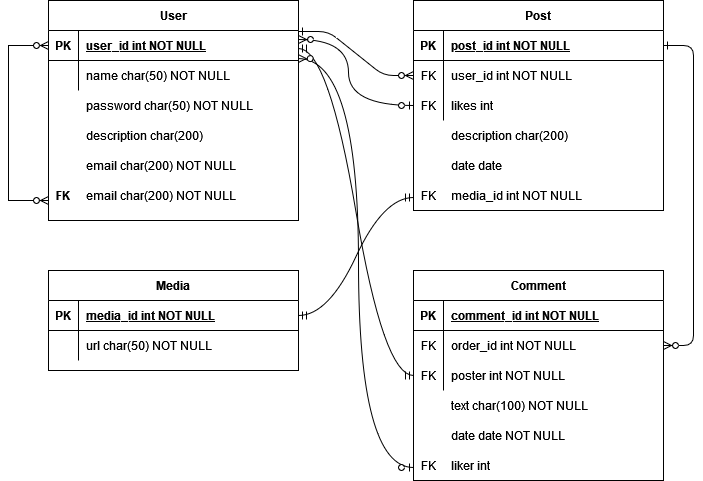
Above: report/diagrams/ERD.drawio.png in Raphade/petstagram (draw.io), before the change. Source tidied: cells renumbered, new cells last; positions are measured from the earlier drawing's top-left corner, leaving out a move shared by most shapes.
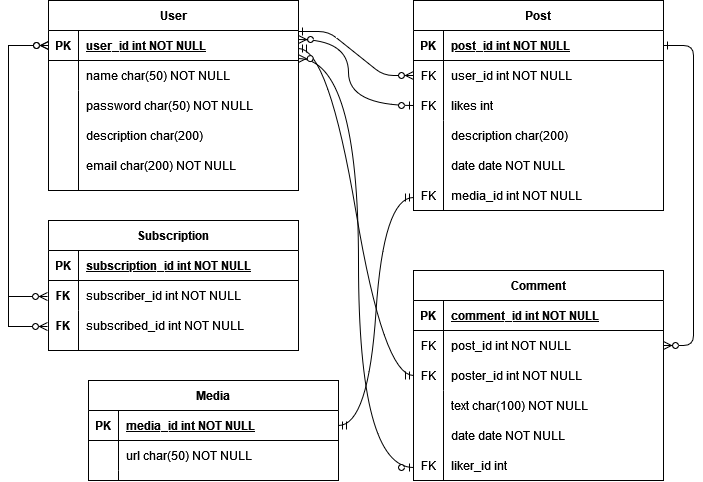
Above is the later version.

Change to the diagram source:
```diff
@@ -58,7 +58,7 @@
     <mxCell id="19" value="FK" style="shape=partialRectangle;overflow=hidden;fillColor=none;top=0;left=0;bottom=0;right=0;" parent="18" vertex="1">
       <mxGeometry width="30" height="30" as="geometry" />
     </mxCell>
-    <mxCell id="20" value="order_id int NOT NULL" style="shape=partialRectangle;overflow=hidden;fillColor=none;top=0;left=0;bottom=0;right=0;align=left;spacingLeft=6;" parent="18" vertex="1">
+    <mxCell id="20" value="post_id int NOT NULL" style="shape=partialRectangle;overflow=hidden;fillColor=none;top=0;left=0;bottom=0;right=0;align=left;spacingLeft=6;" parent="18" vertex="1">
       <mxGeometry x="30" width="220" height="30" as="geometry" />
     </mxCell>
     <mxCell id="21" style="shape=partialRectangle;fillColor=none;top=0;left=0;right=0;bottom=0;" parent="14" vertex="1">
@@ -67,11 +67,11 @@
     <mxCell id="22" style="shape=partialRectangle;overflow=hidden;fillColor=none;top=0;left=0;bottom=0;right=0;" parent="21" vertex="1">
       <mxGeometry width="30" height="30" as="geometry" />
     </mxCell>
-    <mxCell id="23" value="poster int NOT NULL" style="shape=partialRectangle;overflow=hidden;fillColor=none;top=0;left=0;bottom=0;right=0;align=left;spacingLeft=6;" parent="21" vertex="1">
+    <mxCell id="23" value="poster_id int NOT NULL" style="shape=partialRectangle;overflow=hidden;fillColor=none;top=0;left=0;bottom=0;right=0;align=left;spacingLeft=6;" parent="21" vertex="1">
       <mxGeometry x="30" width="220" height="30" as="geometry" />
     </mxCell>
     <mxCell id="24" value="User" style="shape=table;startSize=30;rowLines=0;fontStyle=1;align=center;" parent="1" vertex="1">
-      <mxGeometry x="40" width="250" height="220" as="geometry" />
+      <mxGeometry x="40" width="250" height="190" as="geometry" />
     </mxCell>
     <mxCell id="25" style="shape=partialRectangle;fillColor=none;points=[[0,0.5],[1,0.5]];portConstraint=eastwest;top=0;left=0;right=0;bottom=1;" parent="24" vertex="1">
       <mxGeometry y="30" width="250" height="30" as="geometry" />
@@ -92,7 +92,7 @@
       <mxGeometry x="30" width="220" height="30" as="geometry" />
     </mxCell>
     <mxCell id="31" value="Media" style="shape=table;startSize=30;rowLines=0;fontStyle=1;align=center;" parent="1" vertex="1">
-      <mxGeometry x="40" y="270" width="250" height="100" as="geometry" />
+      <mxGeometry x="80" y="380" width="250" height="100" as="geometry" />
     </mxCell>
     <mxCell id="32" style="shape=partialRectangle;fillColor=none;points=[[0,0.5],[1,0.5]];portConstraint=eastwest;top=0;left=0;right=0;bottom=1;" parent="31" vertex="1">
       <mxGeometry y="30" width="250" height="30" as="geometry" />
@@ -121,16 +121,11 @@
     <mxCell id="40" value="email char(200) NOT NULL" style="shape=partialRectangle;overflow=hidden;fillColor=none;top=0;left=0;bottom=0;right=0;align=left;spacingLeft=6;" parent="1" vertex="1">
       <mxGeometry x="70" y="150" width="220" height="30" as="geometry" />
     </mxCell>
-    <mxCell id="41" value="email char(200) NOT NULL" style="shape=partialRectangle;overflow=hidden;fillColor=none;top=0;left=0;bottom=0;right=0;align=left;spacingLeft=6;" parent="1" vertex="1">
-      <mxGeometry x="70" y="180" width="220" height="30" as="geometry" />
-    </mxCell>
-    <mxCell id="42" value="FK" style="shape=partialRectangle;overflow=hidden;fillColor=none;top=0;left=0;bottom=0;right=0;fontStyle=1;" parent="1" vertex="1">
-      <mxGeometry x="40" y="180" width="30" height="30" as="geometry" />
-    </mxCell>
     <mxCell id="43" style="edgeStyle=elbowEdgeStyle;fontSize=12;html=1;endArrow=ERzeroToMany;endFill=1;startArrow=ERzeroToMany;rounded=0;entryX=0;entryY=0.5;entryDx=0;entryDy=0;" parent="1" edge="1" target="25">
       <mxGeometry relative="1" as="geometry">
-        <mxPoint x="40" y="200" as="sourcePoint" />
+        <mxPoint x="39" y="326" as="sourcePoint" />
         <Array as="points">
+          <mxPoint y="330" />
           <mxPoint y="150" />
         </Array>
       </mxGeometry>
@@ -141,7 +136,7 @@
     <mxCell id="45" value="FK" style="shape=partialRectangle;overflow=hidden;fillColor=none;top=0;left=0;bottom=0;right=0;" parent="1" vertex="1">
       <mxGeometry x="405" y="90" width="30" height="30" as="geometry" />
     </mxCell>
-    <mxCell id="46" value="date date" style="shape=partialRectangle;overflow=hidden;fillColor=none;top=0;left=0;bottom=0;right=0;align=left;spacingLeft=6;" parent="1" vertex="1">
+    <mxCell id="46" value="date date NOT NULL" style="shape=partialRectangle;overflow=hidden;fillColor=none;top=0;left=0;bottom=0;right=0;align=left;spacingLeft=6;" parent="1" vertex="1">
       <mxGeometry x="435" y="150" width="220" height="30" as="geometry" />
     </mxCell>
     <mxCell id="47" style="edgeStyle=elbowEdgeStyle;fontSize=12;html=1;endArrow=ERzeroToMany;startArrow=ERzeroToOne;curved=1;" parent="1" edge="1">
@@ -179,7 +174,7 @@
     <mxCell id="54" value="date date NOT NULL" style="shape=partialRectangle;overflow=hidden;fillColor=none;top=0;left=0;bottom=0;right=0;align=left;spacingLeft=6;" parent="1" vertex="1">
       <mxGeometry x="435" y="420" width="220" height="30" as="geometry" />
     </mxCell>
-    <mxCell id="55" value="liker int" style="shape=partialRectangle;overflow=hidden;fillColor=none;top=0;left=0;bottom=0;right=0;align=left;spacingLeft=6;" parent="1" vertex="1">
+    <mxCell id="55" value="liker_id int" style="shape=partialRectangle;overflow=hidden;fillColor=none;top=0;left=0;bottom=0;right=0;align=left;spacingLeft=6;" parent="1" vertex="1">
       <mxGeometry x="435" y="450" width="220" height="30" as="geometry" />
     </mxCell>
     <mxCell id="56" value="FK" style="shape=partialRectangle;overflow=hidden;fillColor=none;top=0;left=0;bottom=0;right=0;" parent="1" vertex="1">
@@ -193,5 +188,78 @@
         </Array>
       </mxGeometry>
     </mxCell>
+    <mxCell id="58" style="endArrow=none;html=1;rounded=0;" parent="1" edge="1">
+      <mxGeometry relative="1" as="geometry">
+        <mxPoint x="70" y="190" as="sourcePoint" />
+        <mxPoint x="70" y="90" as="targetPoint" />
+      </mxGeometry>
+    </mxCell>
+    <mxCell id="59" style="endArrow=none;html=1;rounded=0;" parent="1" edge="1">
+      <mxGeometry relative="1" as="geometry">
+        <mxPoint x="435" y="210" as="sourcePoint" />
+        <mxPoint x="435" y="120" as="targetPoint" />
+      </mxGeometry>
+    </mxCell>
+    <mxCell id="60" style="endArrow=none;html=1;rounded=0;" parent="1" edge="1">
+      <mxGeometry relative="1" as="geometry">
+        <mxPoint x="435" y="480" as="sourcePoint" />
+        <mxPoint x="435" y="390" as="targetPoint" />
+      </mxGeometry>
+    </mxCell>
+    <mxCell id="61" style="endArrow=none;html=1;rounded=0;" parent="1" edge="1">
+      <mxGeometry relative="1" as="geometry">
+        <mxPoint x="110" y="480" as="sourcePoint" />
+        <mxPoint x="110" y="470" as="targetPoint" />
+      </mxGeometry>
+    </mxCell>
+    <mxCell id="62" value="Subscription" style="shape=table;startSize=30;rowLines=0;fontStyle=1;align=center;" parent="1" vertex="1">
+      <mxGeometry x="40" y="220" width="250" height="130" as="geometry" />
+    </mxCell>
+    <mxCell id="63" style="shape=partialRectangle;fillColor=none;top=0;left=0;right=0;bottom=1;" parent="62" vertex="1">
+      <mxGeometry y="30" width="250" height="30" as="geometry" />
+    </mxCell>
+    <mxCell id="64" style="shape=partialRectangle;overflow=hidden;fillColor=none;top=0;left=0;bottom=0;right=0;fontStyle=1;" parent="63" vertex="1">
+      <mxGeometry width="30" height="30" as="geometry" />
+    </mxCell>
+    <mxCell id="65" value="subscription_id int NOT NULL " style="shape=partialRectangle;overflow=hidden;fillColor=none;top=0;left=0;bottom=0;right=0;align=left;spacingLeft=6;fontStyle=5;" parent="63" vertex="1">
+      <mxGeometry x="30" width="220" height="30" as="geometry" />
+    </mxCell>
+    <mxCell id="66" style="shape=partialRectangle;fillColor=none;top=0;left=0;right=0;bottom=0;" parent="62" vertex="1">
+      <mxGeometry y="60" width="250" height="30" as="geometry" />
+    </mxCell>
+    <mxCell id="67" style="shape=partialRectangle;overflow=hidden;fillColor=none;top=0;left=0;bottom=0;right=0;" parent="66" vertex="1">
+      <mxGeometry width="30" height="30" as="geometry" />
+    </mxCell>
+    <mxCell id="68" value="subscriber_id int NOT NULL " style="shape=partialRectangle;overflow=hidden;fillColor=none;top=0;left=0;bottom=0;right=0;align=left;spacingLeft=6;" parent="66" vertex="1">
+      <mxGeometry x="30" width="220" height="30" as="geometry" />
+    </mxCell>
+    <mxCell id="69" style="endArrow=none;html=1;rounded=0;" parent="1" edge="1">
+      <mxGeometry relative="1" as="geometry">
+        <mxPoint x="70" y="350" as="sourcePoint" />
+        <mxPoint x="70" y="310" as="targetPoint" />
+      </mxGeometry>
+    </mxCell>
+    <mxCell id="70" value="FK" style="shape=partialRectangle;overflow=hidden;fillColor=none;top=0;left=0;bottom=0;right=0;fontStyle=1;" parent="1" vertex="1">
+      <mxGeometry x="40" y="280" width="30" height="30" as="geometry" />
+    </mxCell>
+    <mxCell id="71" style="edgeStyle=elbowEdgeStyle;fontSize=12;html=1;endArrow=ERzeroToMany;endFill=1;startArrow=ERzeroToMany;rounded=0;" parent="1" edge="1">
+      <mxGeometry relative="1" as="geometry">
+        <mxPoint x="39" y="296" as="sourcePoint" />
+        <mxPoint x="40" y="45" as="targetPoint" />
+        <Array as="points">
+          <mxPoint y="180" />
+          <mxPoint y="190" />
+        </Array>
+      </mxGeometry>
+    </mxCell>
+    <mxCell id="72" value="PK" style="shape=partialRectangle;overflow=hidden;fillColor=none;top=0;left=0;bottom=0;right=0;fontStyle=1;" parent="1" vertex="1">
+      <mxGeometry x="40" y="250" width="30" height="30" as="geometry" />
+    </mxCell>
+    <mxCell id="73" value="subscribed_id int NOT NULL " style="shape=partialRectangle;overflow=hidden;fillColor=none;top=0;left=0;bottom=0;right=0;align=left;spacingLeft=6;" parent="1" vertex="1">
+      <mxGeometry x="70" y="310" width="220" height="30" as="geometry" />
+    </mxCell>
+    <mxCell id="74" value="FK" style="shape=partialRectangle;overflow=hidden;fillColor=none;top=0;left=0;bottom=0;right=0;fontStyle=1;" parent="1" vertex="1">
+      <mxGeometry x="40" y="310" width="30" height="30" as="geometry" />
+    </mxCell>
   </root>
 </mxGraphModel>
```
